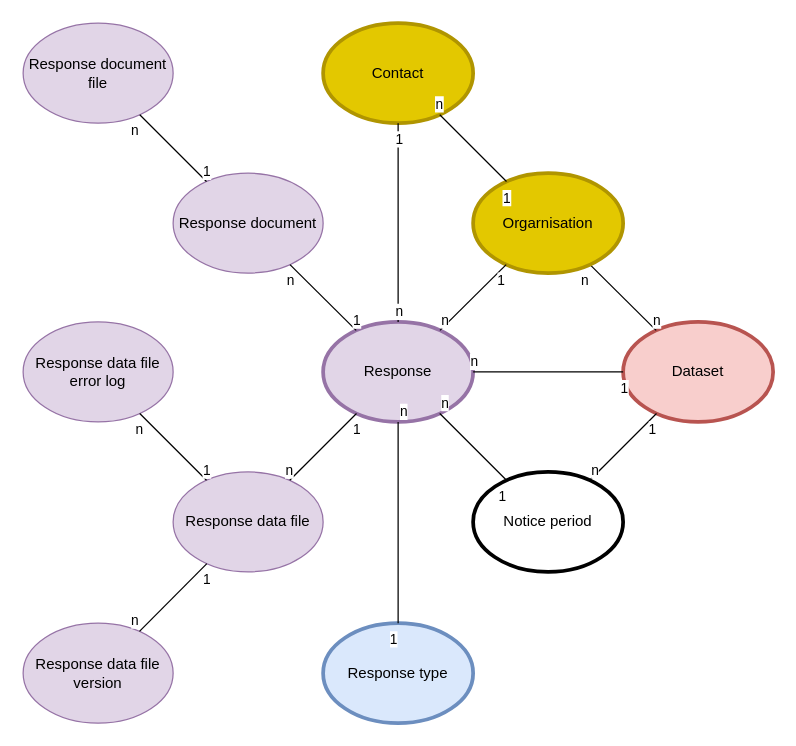
Earlier version of the draw.io diagram page "T-Response" (8 of 13) of Data portal.drawio (danieldotskc/helloworld). Source tidied: cells renumbered, new cells numbered last; positions are measured from the earlier drawing's top-left corner, leaving out a move shared by most shapes. Both pictures are drawn from the tidied source at 125%, with x=0, y=0 at pixel (22, 22).
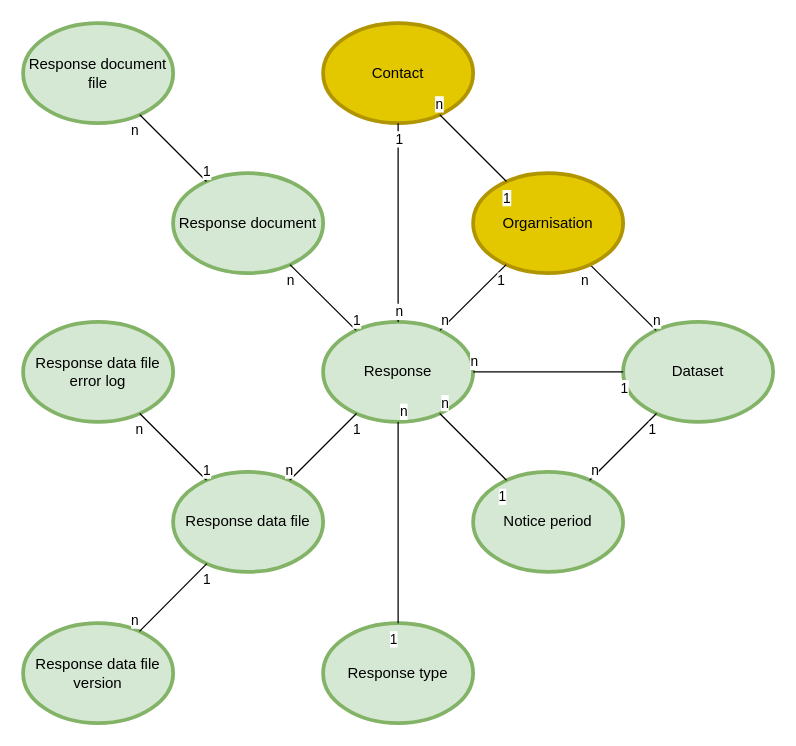
The same diagram, later.

Change to the diagram source:
```diff
@@
-    <mxCell id="2" value="Dataset" style="ellipse;whiteSpace=wrap;html=1;fillColor=#f8cecc;strokeColor=#b85450;strokeWidth=3;" parent="1" vertex="1">
+    <mxCell id="2" value="Dataset" style="ellipse;whiteSpace=wrap;html=1;fillColor=#d5e8d4;strokeColor=#82b366;strokeWidth=3;" parent="1" vertex="1">
       <mxGeometry x="480" y="239" width="120" height="80" as="geometry" />
     </mxCell>
-    <mxCell id="3" value="Notice period" style="ellipse;whiteSpace=wrap;html=1;strokeWidth=3;" parent="1" vertex="1">
+    <mxCell id="3" value="Notice period" style="ellipse;whiteSpace=wrap;html=1;strokeWidth=3;fillColor=#d5e8d4;strokeColor=#82b366;" parent="1" vertex="1">
       <mxGeometry x="360" y="359" width="120" height="80" as="geometry" />
     </mxCell>
-    <mxCell id="4" value="Response type" style="ellipse;whiteSpace=wrap;html=1;fillColor=#dae8fc;strokeColor=#6c8ebf;strokeWidth=3;" parent="1" vertex="1">
+    <mxCell id="4" value="Response type" style="ellipse;whiteSpace=wrap;html=1;fillColor=#d5e8d4;strokeColor=#82b366;strokeWidth=3;" parent="1" vertex="1">
       <mxGeometry x="240" y="480" width="120" height="80" as="geometry" />
     </mxCell>
@@
-    <mxCell id="11" value="Response" style="ellipse;whiteSpace=wrap;html=1;fillColor=#e1d5e7;strokeColor=#9673a6;strokeWidth=3;" parent="1" vertex="1">
+    <mxCell id="11" value="Response" style="ellipse;whiteSpace=wrap;html=1;fillColor=#d5e8d4;strokeColor=#82b366;strokeWidth=3;" parent="1" vertex="1">
       <mxGeometry x="240" y="239" width="120" height="80" as="geometry" />
     </mxCell>
-    <mxCell id="12" value="Response data file" style="ellipse;whiteSpace=wrap;html=1;fillColor=#e1d5e7;strokeColor=#9673a6;" parent="1" vertex="1">
+    <mxCell id="12" value="Response data file" style="ellipse;whiteSpace=wrap;html=1;fillColor=#d5e8d4;strokeColor=#82b366;strokeWidth=3;" parent="1" vertex="1">
       <mxGeometry x="120" y="359" width="120" height="80" as="geometry" />
     </mxCell>
-    <mxCell id="13" value="Response data file error log" style="ellipse;whiteSpace=wrap;html=1;fillColor=#e1d5e7;strokeColor=#9673a6;" parent="1" vertex="1">
+    <mxCell id="13" value="Response data file error log" style="ellipse;whiteSpace=wrap;html=1;fillColor=#d5e8d4;strokeColor=#82b366;strokeWidth=3;" parent="1" vertex="1">
       <mxGeometry y="239" width="120" height="80" as="geometry" />
     </mxCell>
-    <mxCell id="14" value="Response data file version" style="ellipse;whiteSpace=wrap;html=1;fillColor=#e1d5e7;strokeColor=#9673a6;" parent="1" vertex="1">
+    <mxCell id="14" value="Response data file version" style="ellipse;whiteSpace=wrap;html=1;fillColor=#d5e8d4;strokeColor=#82b366;strokeWidth=3;" parent="1" vertex="1">
       <mxGeometry y="480" width="120" height="80" as="geometry" />
     </mxCell>
-    <mxCell id="15" value="Response document" style="ellipse;whiteSpace=wrap;html=1;fillColor=#e1d5e7;strokeColor=#9673a6;" parent="1" vertex="1">
+    <mxCell id="15" value="Response document" style="ellipse;whiteSpace=wrap;html=1;fillColor=#d5e8d4;strokeColor=#82b366;strokeWidth=3;" parent="1" vertex="1">
       <mxGeometry x="120" y="120" width="120" height="80" as="geometry" />
     </mxCell>
-    <mxCell id="16" value="Response document file" style="ellipse;whiteSpace=wrap;html=1;fillColor=#e1d5e7;strokeColor=#9673a6;" parent="1" vertex="1">
+    <mxCell id="16" value="Response document file" style="ellipse;whiteSpace=wrap;html=1;fillColor=#d5e8d4;strokeColor=#82b366;strokeWidth=3;" parent="1" vertex="1">
       <mxGeometry width="120" height="80" as="geometry" />
     </mxCell>
```
